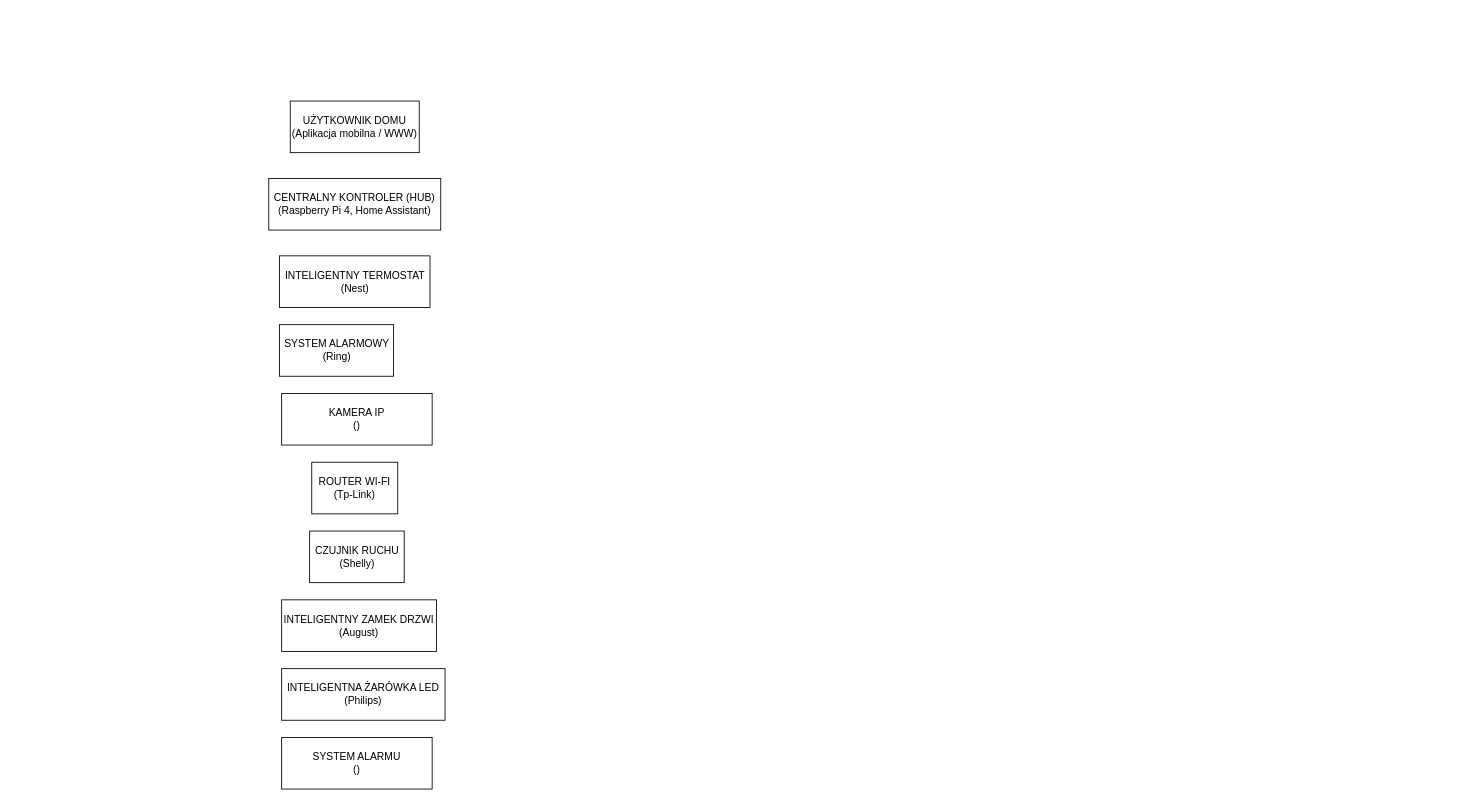
CptTemplar1/NSK_Projekt keeps this draw.io diagram as DiagramyNSK.drawio. Above is the earlier version. Source tidied: cells renumbered, new cells numbered last; positions are measured from the earlier drawing's top-left corner, leaving out a move shared by most shapes. Both pictures are drawn from the tidied source at 86%, with x=0, y=0 at pixel (268, 101).
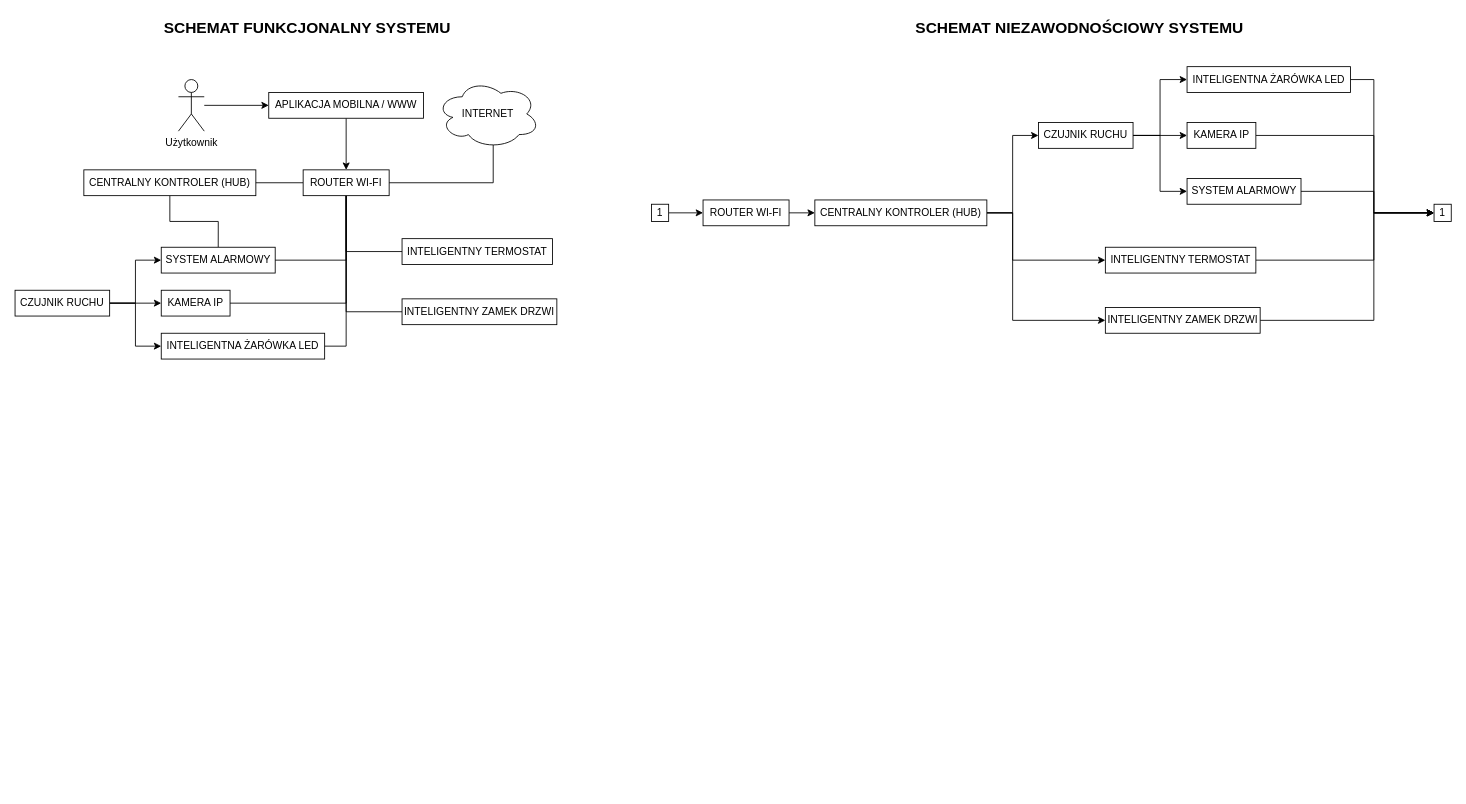
Above is the later version.

Commit message (it also covers changes not shown here):
Dodano diagramy niezawodności i funkcjonalności systemu

The edit, as a diff of the source:
```diff
@@
+    <mxCell id="12" style="edgeStyle=orthogonalEdgeStyle;rounded=0;jettySize=auto;html=1;exitX=0.5;exitY=1;exitDx=0;exitDy=0;entryX=0.5;entryY=0;entryDx=0;entryDy=0;" parent="1" edge="1" source="2" target="7">
+      <mxGeometry relative="1" as="geometry" />
+    </mxCell>
-    <mxCell id="2" value="&lt;div&gt;UŻYTKOWNIK DOMU&lt;/div&gt;&lt;div&gt;(Aplikacja mobilna / WWW)&lt;/div&gt;" style="rounded=0;whiteSpace=wrap;html=1;" parent="1" vertex="1">
-      <mxGeometry x="25" width="150" height="60" as="geometry" />
+    <mxCell id="2" value="&lt;div&gt;APLIKACJA MOBILNA / WWW&lt;/div&gt;" style="rounded=0;whiteSpace=wrap;html=1;" parent="1" vertex="1">
+      <mxGeometry y="-10" width="180" height="30" as="geometry" />
     </mxCell>
+    <mxCell id="13" style="edgeStyle=orthogonalEdgeStyle;rounded=0;jettySize=auto;html=1;exitX=0.5;exitY=1;exitDx=0;exitDy=0;entryX=0.5;entryY=0;entryDx=0;entryDy=0;endArrow=none;endFill=0;" parent="1" edge="1" source="3" target="5">
+      <mxGeometry relative="1" as="geometry" />
+    </mxCell>
-    <mxCell id="3" value="&lt;div&gt;CENTRALNY KONTROLER (HUB)&lt;/div&gt;&lt;div&gt;(Raspberry Pi 4, Home Assistant)&lt;/div&gt;" style="rounded=0;whiteSpace=wrap;html=1;" parent="1" vertex="1">
-      <mxGeometry y="90" width="200" height="60" as="geometry" />
+    <mxCell id="3" value="&lt;div&gt;CENTRALNY KONTROLER (HUB)&lt;/div&gt;" style="rounded=0;whiteSpace=wrap;html=1;" parent="1" vertex="1">
+      <mxGeometry x="-215" y="80" width="200" height="30" as="geometry" />
     </mxCell>
-    <mxCell id="4" value="&lt;div&gt;INTELIGENTNY TERMOSTAT&lt;/div&gt;&lt;div&gt;(Nest)&lt;/div&gt;" style="rounded=0;whiteSpace=wrap;html=1;" parent="1" vertex="1">
-      <mxGeometry x="12.5" y="180" width="175" height="60" as="geometry" />
+    <mxCell id="4" value="&lt;div&gt;INTELIGENTNY TERMOSTAT&lt;/div&gt;" style="rounded=0;whiteSpace=wrap;html=1;" parent="1" vertex="1">
+      <mxGeometry x="155" y="160" width="175" height="30" as="geometry" />
     </mxCell>
-    <mxCell id="5" value="&lt;div&gt;SYSTEM ALARMOWY&lt;/div&gt;&lt;div&gt;(Ring)&lt;/div&gt;" style="rounded=0;whiteSpace=wrap;html=1;" parent="1" vertex="1">
-      <mxGeometry x="12.5" y="260" width="132.5" height="60" as="geometry" />
+    <mxCell id="5" value="&lt;div&gt;SYSTEM ALARMOWY&lt;/div&gt;" style="rounded=0;whiteSpace=wrap;html=1;" parent="1" vertex="1">
+      <mxGeometry x="-125" y="170" width="132.5" height="30" as="geometry" />
     </mxCell>
-    <mxCell id="6" value="&lt;div&gt;KAMERA IP&lt;/div&gt;&lt;div&gt;()&lt;/div&gt;" style="rounded=0;whiteSpace=wrap;html=1;" parent="1" vertex="1">
-      <mxGeometry x="15" y="340" width="175" height="60" as="geometry" />
+    <mxCell id="6" value="&lt;div&gt;KAMERA IP&lt;/div&gt;" style="rounded=0;whiteSpace=wrap;html=1;" parent="1" vertex="1">
+      <mxGeometry x="-125" y="220" width="80" height="30" as="geometry" />
     </mxCell>
+    <mxCell id="14" style="edgeStyle=orthogonalEdgeStyle;rounded=0;jettySize=auto;html=1;exitX=0.5;exitY=1;exitDx=0;exitDy=0;entryX=1;entryY=0.5;entryDx=0;entryDy=0;endArrow=none;endFill=0;" parent="1" edge="1" source="7" target="6">
+      <mxGeometry relative="1" as="geometry" />
+    </mxCell>
+    <mxCell id="15" style="edgeStyle=orthogonalEdgeStyle;rounded=0;jettySize=auto;html=1;exitX=0.5;exitY=1;exitDx=0;exitDy=0;entryX=1;entryY=0.5;entryDx=0;entryDy=0;endArrow=none;endFill=0;" parent="1" edge="1" source="7" target="5">
+      <mxGeometry relative="1" as="geometry" />
+    </mxCell>
+    <mxCell id="16" style="edgeStyle=orthogonalEdgeStyle;rounded=0;jettySize=auto;html=1;exitX=0.5;exitY=1;exitDx=0;exitDy=0;entryX=1;entryY=0.5;entryDx=0;entryDy=0;endArrow=none;endFill=0;" parent="1" edge="1" source="7" target="10">
+      <mxGeometry relative="1" as="geometry" />
+    </mxCell>
+    <mxCell id="17" style="edgeStyle=orthogonalEdgeStyle;rounded=0;jettySize=auto;html=1;exitX=0.5;exitY=1;exitDx=0;exitDy=0;entryX=0;entryY=0.5;entryDx=0;entryDy=0;endArrow=none;endFill=0;" parent="1" edge="1" source="7" target="4">
+      <mxGeometry relative="1" as="geometry" />
+    </mxCell>
+    <mxCell id="18" style="edgeStyle=orthogonalEdgeStyle;rounded=0;jettySize=auto;html=1;exitX=0.5;exitY=1;exitDx=0;exitDy=0;entryX=0;entryY=0.5;entryDx=0;entryDy=0;endArrow=none;endFill=0;" parent="1" edge="1" source="7" target="9">
+      <mxGeometry relative="1" as="geometry" />
+    </mxCell>
+    <mxCell id="19" style="edgeStyle=orthogonalEdgeStyle;rounded=0;jettySize=auto;html=1;exitX=0;exitY=0.5;exitDx=0;exitDy=0;entryX=1;entryY=0.5;entryDx=0;entryDy=0;endArrow=none;endFill=0;" parent="1" edge="1" source="7" target="3">
+      <mxGeometry relative="1" as="geometry" />
+    </mxCell>
-    <mxCell id="7" value="&lt;div&gt;ROUTER WI-FI&lt;/div&gt;&lt;div&gt;(Tp-Link)&lt;/div&gt;" style="rounded=0;whiteSpace=wrap;html=1;" parent="1" vertex="1">
-      <mxGeometry x="50" y="420" width="100" height="60" as="geometry" />
+    <mxCell id="7" value="&lt;div&gt;ROUTER WI-FI&lt;/div&gt;" style="rounded=0;whiteSpace=wrap;html=1;" parent="1" vertex="1">
+      <mxGeometry x="40" y="80" width="100" height="30" as="geometry" />
     </mxCell>
+    <mxCell id="20" style="edgeStyle=orthogonalEdgeStyle;rounded=0;jettySize=auto;html=1;exitX=1;exitY=0.5;exitDx=0;exitDy=0;entryX=0;entryY=0.5;entryDx=0;entryDy=0;" parent="1" edge="1" source="8" target="6">
+      <mxGeometry relative="1" as="geometry" />
+    </mxCell>
+    <mxCell id="21" style="edgeStyle=orthogonalEdgeStyle;rounded=0;jettySize=auto;html=1;exitX=1;exitY=0.5;exitDx=0;exitDy=0;entryX=0;entryY=0.5;entryDx=0;entryDy=0;" parent="1" edge="1" source="8" target="5">
+      <mxGeometry relative="1" as="geometry" />
+    </mxCell>
+    <mxCell id="22" style="edgeStyle=orthogonalEdgeStyle;rounded=0;jettySize=auto;html=1;exitX=1;exitY=0.5;exitDx=0;exitDy=0;entryX=0;entryY=0.5;entryDx=0;entryDy=0;" parent="1" edge="1" source="8" target="10">
+      <mxGeometry relative="1" as="geometry" />
+    </mxCell>
-    <mxCell id="8" value="&lt;div&gt;CZUJNIK RUCHU&lt;/div&gt;&lt;div&gt;(Shelly)&lt;/div&gt;" style="rounded=0;whiteSpace=wrap;html=1;" parent="1" vertex="1">
-      <mxGeometry x="47.5" y="500" width="110" height="60" as="geometry" />
+    <mxCell id="8" value="&lt;div&gt;CZUJNIK RUCHU&lt;/div&gt;" style="rounded=0;whiteSpace=wrap;html=1;" parent="1" vertex="1">
+      <mxGeometry x="-295" y="220" width="110" height="30" as="geometry" />
     </mxCell>
-    <mxCell id="9" value="&lt;div&gt;INTELIGENTNY ZAMEK DRZWI&lt;/div&gt;&lt;div&gt;(August)&lt;/div&gt;" style="rounded=0;whiteSpace=wrap;html=1;" parent="1" vertex="1">
-      <mxGeometry x="15" y="580" width="180" height="60" as="geometry" />
+    <mxCell id="9" value="&lt;div&gt;INTELIGENTNY ZAMEK DRZWI&lt;/div&gt;" style="rounded=0;whiteSpace=wrap;html=1;" parent="1" vertex="1">
+      <mxGeometry x="155" y="230" width="180" height="30" as="geometry" />
     </mxCell>
-    <mxCell id="10" value="&lt;div&gt;INTELIGENTNA ŻARÓWKA LED&lt;/div&gt;&lt;div&gt;(Philips)&lt;/div&gt;" style="rounded=0;whiteSpace=wrap;html=1;" parent="1" vertex="1">
-      <mxGeometry x="15" y="660" width="190" height="60" as="geometry" />
+    <mxCell id="10" value="&lt;div&gt;INTELIGENTNA ŻARÓWKA LED&lt;/div&gt;" style="rounded=0;whiteSpace=wrap;html=1;" parent="1" vertex="1">
+      <mxGeometry x="-125" y="270" width="190" height="30" as="geometry" />
     </mxCell>
-    <mxCell id="11" value="&lt;div&gt;SYSTEM ALARMU&lt;/div&gt;&lt;div&gt;()&lt;/div&gt;" style="rounded=0;whiteSpace=wrap;html=1;" parent="1" vertex="1">
-      <mxGeometry x="15" y="740" width="175" height="60" as="geometry" />
-    </mxCell>
+    <mxCell id="23" style="edgeStyle=orthogonalEdgeStyle;rounded=0;jettySize=auto;html=1;entryX=0;entryY=0.5;entryDx=0;entryDy=0;" parent="1" edge="1" source="24" target="2">
+      <mxGeometry relative="1" as="geometry" />
+    </mxCell>
+    <mxCell id="24" value="&lt;div&gt;Użytkownik&lt;/div&gt;" style="shape=umlActor;verticalLabelPosition=bottom;verticalAlign=top;html=1;outlineConnect=0;" parent="1" vertex="1">
+      <mxGeometry x="-105" y="-25" width="30" height="60" as="geometry" />
+    </mxCell>
+    <mxCell id="25" value="INTERNET" style="ellipse;shape=cloud;whiteSpace=wrap;html=1;" parent="1" vertex="1">
+      <mxGeometry x="195" y="-25" width="120" height="80" as="geometry" />
+    </mxCell>
+    <mxCell id="26" style="edgeStyle=orthogonalEdgeStyle;rounded=0;jettySize=auto;html=1;exitX=1;exitY=0.5;exitDx=0;exitDy=0;entryX=0.55;entryY=0.95;entryDx=0;entryDy=0;entryPerimeter=0;endArrow=none;endFill=0;" parent="1" edge="1" source="7" target="25">
+      <mxGeometry relative="1" as="geometry" />
+    </mxCell>
+    <mxCell id="27" value="&lt;font style=&quot;font-size: 18px;&quot;&gt;&lt;b&gt;SCHEMAT FUNKCJONALNY SYSTEMU&lt;/b&gt;&lt;/font&gt;" style="text;html=1;whiteSpace=wrap;strokeColor=none;fillColor=none;align=center;verticalAlign=middle;rounded=0;" parent="1" vertex="1">
+      <mxGeometry x="-135" y="-100" width="360" height="30" as="geometry" />
+    </mxCell>
+    <mxCell id="28" value="&lt;font style=&quot;font-size: 18px;&quot;&gt;&lt;b&gt;SCHEMAT NIEZAWODNOŚCIOWY SYSTEMU&lt;/b&gt;&lt;/font&gt;" style="text;html=1;whiteSpace=wrap;strokeColor=none;fillColor=none;align=center;verticalAlign=middle;rounded=0;" parent="1" vertex="1">
+      <mxGeometry x="732.8" y="-100" width="420" height="30" as="geometry" />
+    </mxCell>
+    <mxCell id="29" style="edgeStyle=orthogonalEdgeStyle;rounded=0;jettySize=auto;html=1;exitX=1;exitY=0.5;exitDx=0;exitDy=0;entryX=0;entryY=0.5;entryDx=0;entryDy=0;" parent="1" edge="1" source="30" target="32">
+      <mxGeometry relative="1" as="geometry" />
+    </mxCell>
+    <mxCell id="30" value="1" style="rounded=0;whiteSpace=wrap;html=1;" parent="1" vertex="1">
+      <mxGeometry x="445" y="120" width="20" height="20" as="geometry" />
+    </mxCell>
+    <mxCell id="31" style="edgeStyle=orthogonalEdgeStyle;rounded=0;jettySize=auto;html=1;exitX=1;exitY=0.5;exitDx=0;exitDy=0;entryX=0;entryY=0.5;entryDx=0;entryDy=0;" parent="1" edge="1" source="32" target="36">
+      <mxGeometry relative="1" as="geometry" />
+    </mxCell>
+    <mxCell id="32" value="&lt;div&gt;ROUTER WI-FI&lt;/div&gt;" style="rounded=0;whiteSpace=wrap;html=1;" parent="1" vertex="1">
+      <mxGeometry x="505" y="115" width="100" height="30" as="geometry" />
+    </mxCell>
+    <mxCell id="33" style="edgeStyle=orthogonalEdgeStyle;rounded=0;jettySize=auto;html=1;exitX=1;exitY=0.5;exitDx=0;exitDy=0;entryX=0;entryY=0.5;entryDx=0;entryDy=0;" parent="1" edge="1" source="36" target="50">
+      <mxGeometry relative="1" as="geometry" />
+    </mxCell>
+    <mxCell id="34" style="edgeStyle=orthogonalEdgeStyle;rounded=0;jettySize=auto;html=1;exitX=1;exitY=0.5;exitDx=0;exitDy=0;entryX=0;entryY=0.5;entryDx=0;entryDy=0;" parent="1" edge="1" source="36" target="38">
+      <mxGeometry relative="1" as="geometry">
+        <Array as="points">
+          <mxPoint x="865" y="130" />
+          <mxPoint x="865" y="185" />
+        </Array>
+      </mxGeometry>
+    </mxCell>
+    <mxCell id="35" style="edgeStyle=orthogonalEdgeStyle;rounded=0;jettySize=auto;html=1;exitX=1;exitY=0.5;exitDx=0;exitDy=0;entryX=0;entryY=0.5;entryDx=0;entryDy=0;" parent="1" edge="1" source="36" target="40">
+      <mxGeometry relative="1" as="geometry">
+        <Array as="points">
+          <mxPoint x="865" y="130" />
+          <mxPoint x="865" y="255" />
+        </Array>
+      </mxGeometry>
+    </mxCell>
+    <mxCell id="36" value="&lt;div&gt;CENTRALNY KONTROLER (HUB)&lt;/div&gt;" style="rounded=0;whiteSpace=wrap;html=1;" parent="1" vertex="1">
+      <mxGeometry x="635" y="115" width="200" height="30" as="geometry" />
+    </mxCell>
+    <mxCell id="37" style="edgeStyle=orthogonalEdgeStyle;rounded=0;jettySize=auto;html=1;exitX=1;exitY=0.5;exitDx=0;exitDy=0;entryX=0;entryY=0.5;entryDx=0;entryDy=0;" parent="1" edge="1" source="38" target="51">
+      <mxGeometry relative="1" as="geometry">
+        <Array as="points">
+          <mxPoint x="1285" y="185" />
+          <mxPoint x="1285" y="130" />
+        </Array>
+      </mxGeometry>
+    </mxCell>
+    <mxCell id="38" value="&lt;div&gt;INTELIGENTNY TERMOSTAT&lt;/div&gt;" style="rounded=0;whiteSpace=wrap;html=1;" parent="1" vertex="1">
+      <mxGeometry x="972.8" y="170" width="175" height="30" as="geometry" />
+    </mxCell>
+    <mxCell id="39" style="edgeStyle=orthogonalEdgeStyle;rounded=0;jettySize=auto;html=1;exitX=1;exitY=0.5;exitDx=0;exitDy=0;entryX=0;entryY=0.5;entryDx=0;entryDy=0;" parent="1" edge="1" source="40" target="51">
+      <mxGeometry relative="1" as="geometry">
+        <Array as="points">
+          <mxPoint x="1285" y="255" />
+          <mxPoint x="1285" y="130" />
+        </Array>
+      </mxGeometry>
+    </mxCell>
+    <mxCell id="40" value="&lt;div&gt;INTELIGENTNY ZAMEK DRZWI&lt;/div&gt;" style="rounded=0;whiteSpace=wrap;html=1;" parent="1" vertex="1">
+      <mxGeometry x="972.8" y="240" width="180" height="30" as="geometry" />
+    </mxCell>
+    <mxCell id="41" style="edgeStyle=orthogonalEdgeStyle;rounded=0;jettySize=auto;html=1;exitX=1;exitY=0.5;exitDx=0;exitDy=0;entryX=0;entryY=0.5;entryDx=0;entryDy=0;" parent="1" edge="1" source="42" target="51">
+      <mxGeometry relative="1" as="geometry">
+        <Array as="points">
+          <mxPoint x="1285" y="105" />
+          <mxPoint x="1285" y="130" />
+        </Array>
+      </mxGeometry>
+    </mxCell>
+    <mxCell id="42" value="&lt;div&gt;SYSTEM ALARMOWY&lt;/div&gt;" style="rounded=0;whiteSpace=wrap;html=1;" parent="1" vertex="1">
+      <mxGeometry x="1067.8" y="90" width="132.5" height="30" as="geometry" />
+    </mxCell>
+    <mxCell id="43" style="edgeStyle=orthogonalEdgeStyle;rounded=0;jettySize=auto;html=1;exitX=1;exitY=0.5;exitDx=0;exitDy=0;" parent="1" edge="1" source="44">
+      <mxGeometry relative="1" as="geometry">
+        <mxPoint x="1355" y="130" as="targetPoint" />
+        <Array as="points">
+          <mxPoint x="1285" y="40" />
+          <mxPoint x="1285" y="130" />
+        </Array>
+      </mxGeometry>
+    </mxCell>
+    <mxCell id="44" value="&lt;div&gt;KAMERA IP&lt;/div&gt;" style="rounded=0;whiteSpace=wrap;html=1;" parent="1" vertex="1">
+      <mxGeometry x="1067.8" y="25" width="80" height="30" as="geometry" />
+    </mxCell>
+    <mxCell id="45" style="edgeStyle=orthogonalEdgeStyle;rounded=0;jettySize=auto;html=1;exitX=1;exitY=0.5;exitDx=0;exitDy=0;entryX=0;entryY=0.5;entryDx=0;entryDy=0;" parent="1" edge="1" source="46" target="51">
+      <mxGeometry relative="1" as="geometry">
+        <Array as="points">
+          <mxPoint x="1285" y="-25" />
+          <mxPoint x="1285" y="130" />
+        </Array>
+      </mxGeometry>
+    </mxCell>
+    <mxCell id="46" value="&lt;div&gt;INTELIGENTNA ŻARÓWKA LED&lt;/div&gt;" style="rounded=0;whiteSpace=wrap;html=1;" parent="1" vertex="1">
+      <mxGeometry x="1067.8" y="-40" width="190" height="30" as="geometry" />
+    </mxCell>
+    <mxCell id="47" style="edgeStyle=orthogonalEdgeStyle;rounded=0;jettySize=auto;html=1;exitX=1;exitY=0.5;exitDx=0;exitDy=0;entryX=0;entryY=0.5;entryDx=0;entryDy=0;" parent="1" edge="1" source="50" target="44">
+      <mxGeometry relative="1" as="geometry" />
+    </mxCell>
+    <mxCell id="48" style="edgeStyle=orthogonalEdgeStyle;rounded=0;jettySize=auto;html=1;exitX=1;exitY=0.5;exitDx=0;exitDy=0;entryX=0;entryY=0.5;entryDx=0;entryDy=0;" parent="1" edge="1" source="50" target="46">
+      <mxGeometry relative="1" as="geometry" />
+    </mxCell>
+    <mxCell id="49" style="edgeStyle=orthogonalEdgeStyle;rounded=0;jettySize=auto;html=1;exitX=1;exitY=0.5;exitDx=0;exitDy=0;entryX=0;entryY=0.5;entryDx=0;entryDy=0;" parent="1" edge="1" source="50" target="42">
+      <mxGeometry relative="1" as="geometry" />
+    </mxCell>
+    <mxCell id="50" value="&lt;div&gt;CZUJNIK RUCHU&lt;/div&gt;" style="rounded=0;whiteSpace=wrap;html=1;" parent="1" vertex="1">
+      <mxGeometry x="895" y="25" width="110" height="30" as="geometry" />
+    </mxCell>
+    <mxCell id="51" value="1" style="rounded=0;whiteSpace=wrap;html=1;" parent="1" vertex="1">
+      <mxGeometry x="1355" y="120" width="20" height="20" as="geometry" />
+    </mxCell>
```
